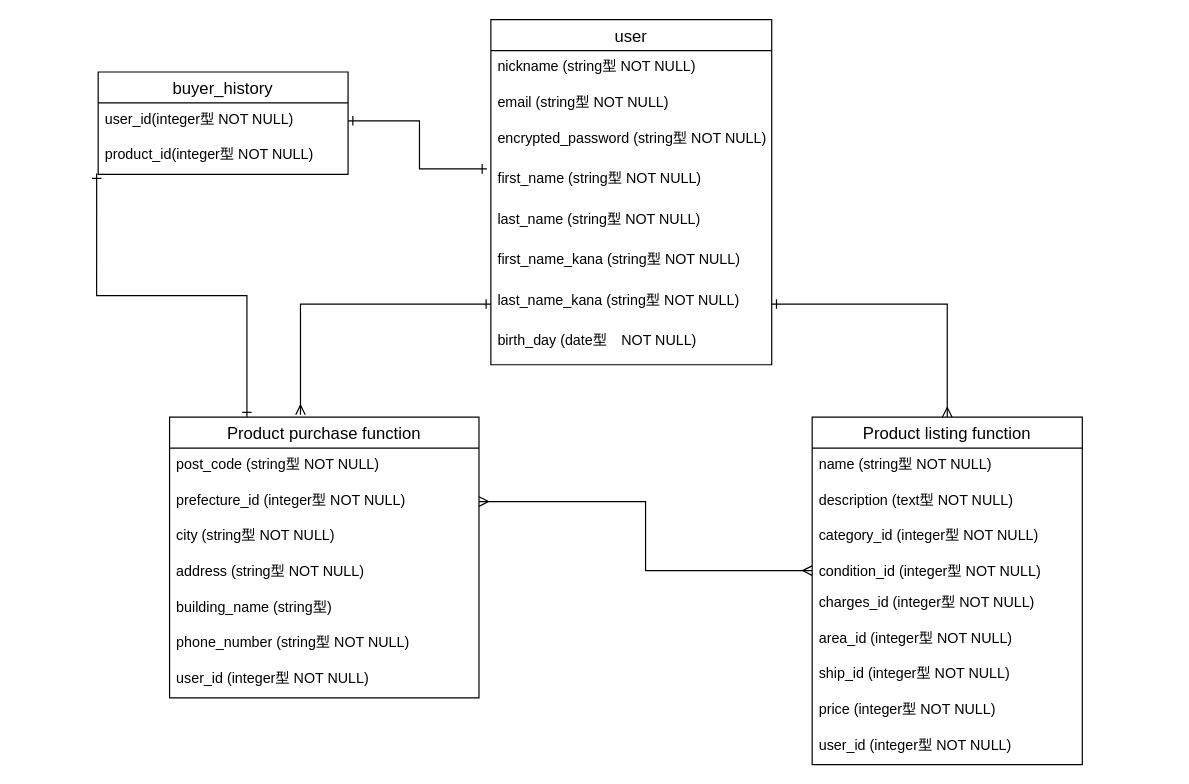
This is furima.dio from ocha185/furima-33547, a draw.io file, before an edit. Source tidied: cells renumbered, new cells numbered last; positions are measured from the earlier drawing's top-left corner, leaving out a move shared by most shapes. Both pictures are drawn from the tidied source at 119%, with x=0, y=0 at pixel (98, 19).
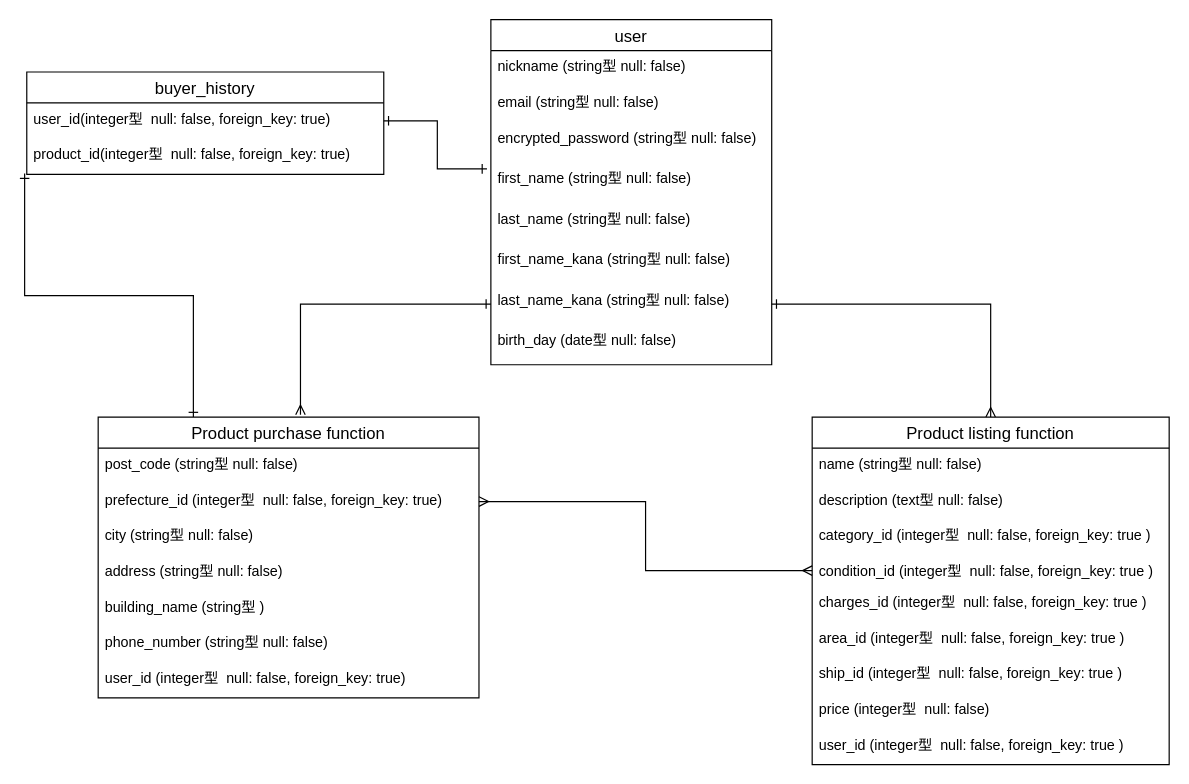
The same diagram, later.

Commit message (it also covers changes not shown here):
データベースの修正4

Unchanged cells that the change refers to:
```xml
<mxCell id="2" value="user" style="swimlane;fontStyle=0;horizontal=1;startSize=26;align=center;fontSize=14;" parent="1" vertex="1">
  <mxGeometry x="330" width="236" height="290" as="geometry" />
</mxCell>
```

Change to the diagram source:
```diff
@@
-    <mxCell id="3" value="nickname (string型 NOT NULL)" style="text;strokeColor=none;fillColor=none;spacingLeft=4;spacingRight=4;overflow=hidden;fontSize=12;" parent="2" vertex="1">
+    <mxCell id="3" value="nickname (string型 null: false)" style="text;strokeColor=none;fillColor=none;spacingLeft=4;spacingRight=4;overflow=hidden;fontSize=12;" parent="2" vertex="1">
       <mxGeometry y="26" width="236" height="30" as="geometry" />
     </mxCell>
-    <mxCell id="4" value="email (string型 NOT NULL)" style="text;strokeColor=none;fillColor=none;spacingLeft=4;spacingRight=4;overflow=hidden;fontSize=12;" parent="2" vertex="1">
+    <mxCell id="4" value="email (string型 null: false)" style="text;strokeColor=none;fillColor=none;spacingLeft=4;spacingRight=4;overflow=hidden;fontSize=12;" parent="2" vertex="1">
       <mxGeometry y="56" width="236" height="30" as="geometry" />
     </mxCell>
-    <mxCell id="5" value="encrypted_password (string型 NOT NULL)" style="text;strokeColor=none;fillColor=none;spacingLeft=4;spacingRight=4;overflow=hidden;fontSize=12;" parent="2" vertex="1">
+    <mxCell id="5" value="encrypted_password (string型 null: false)" style="text;strokeColor=none;fillColor=none;spacingLeft=4;spacingRight=4;overflow=hidden;fontSize=12;" parent="2" vertex="1">
       <mxGeometry y="86" width="236" height="34" as="geometry" />
     </mxCell>
-    <mxCell id="6" value="first_name (string型 NOT NULL)" style="text;strokeColor=none;fillColor=none;spacingLeft=4;spacingRight=4;overflow=hidden;points=[[0,0.5],[1,0.5]];portConstraint=eastwest;fontSize=12;" parent="2" vertex="1">
+    <mxCell id="6" value="first_name (string型 null: false)" style="text;strokeColor=none;fillColor=none;spacingLeft=4;spacingRight=4;overflow=hidden;points=[[0,0.5],[1,0.5]];portConstraint=eastwest;fontSize=12;" parent="2" vertex="1">
       <mxGeometry y="120" width="236" height="34" as="geometry" />
     </mxCell>
-    <mxCell id="7" value="last_name (string型 NOT NULL)" style="text;strokeColor=none;fillColor=none;spacingLeft=4;spacingRight=4;overflow=hidden;fontSize=12;" parent="2" vertex="1">
+    <mxCell id="7" value="last_name (string型 null: false)" style="text;strokeColor=none;fillColor=none;spacingLeft=4;spacingRight=4;overflow=hidden;fontSize=12;" parent="2" vertex="1">
       <mxGeometry y="154" width="236" height="34" as="geometry" />
     </mxCell>
-    <mxCell id="8" value="first_name_kana (string型 NOT NULL)" style="text;strokeColor=none;fillColor=none;spacingLeft=4;spacingRight=4;overflow=hidden;fontSize=12;" parent="2" vertex="1">
+    <mxCell id="8" value="first_name_kana (string型 null: false)" style="text;strokeColor=none;fillColor=none;spacingLeft=4;spacingRight=4;overflow=hidden;fontSize=12;" parent="2" vertex="1">
       <mxGeometry y="188" width="236" height="34" as="geometry" />
     </mxCell>
-    <mxCell id="9" value="last_name_kana (string型 NOT NULL)" style="text;strokeColor=none;fillColor=none;spacingLeft=4;spacingRight=4;overflow=hidden;points=[[0,0.5],[1,0.5]];portConstraint=eastwest;fontSize=12;" parent="2" vertex="1">
+    <mxCell id="9" value="last_name_kana (string型 null: false)" style="text;strokeColor=none;fillColor=none;spacingLeft=4;spacingRight=4;overflow=hidden;points=[[0,0.5],[1,0.5]];portConstraint=eastwest;fontSize=12;" parent="2" vertex="1">
       <mxGeometry y="222" width="236" height="34" as="geometry" />
     </mxCell>
-    <mxCell id="10" value="birth_day (date型　NOT NULL)" style="text;strokeColor=none;fillColor=none;spacingLeft=4;spacingRight=4;overflow=hidden;fontSize=12;" parent="2" vertex="1">
+    <mxCell id="10" value="birth_day (date型 null: false)" style="text;strokeColor=none;fillColor=none;spacingLeft=4;spacingRight=4;overflow=hidden;fontSize=12;" parent="2" vertex="1">
       <mxGeometry y="256" width="236" height="34" as="geometry" />
     </mxCell>
     <mxCell id="11" value="Product listing function" style="swimlane;fontStyle=0;horizontal=1;startSize=26;align=center;fontSize=14;" parent="1" vertex="1">
-      <mxGeometry x="600" y="334" width="227" height="292" as="geometry" />
+      <mxGeometry x="600" y="334" width="300" height="292" as="geometry" />
     </mxCell>
-    <mxCell id="12" value="name (string型 NOT NULL)" style="text;strokeColor=none;fillColor=none;spacingLeft=4;spacingRight=4;overflow=hidden;fontSize=12;" parent="11" vertex="1">
-      <mxGeometry y="26" width="227" height="30" as="geometry" />
+    <mxCell id="12" value="name (string型 null: false)" style="text;strokeColor=none;fillColor=none;spacingLeft=4;spacingRight=4;overflow=hidden;fontSize=12;" parent="11" vertex="1">
+      <mxGeometry y="26" width="300" height="30" as="geometry" />
     </mxCell>
-    <mxCell id="13" value="description (text型 NOT NULL)" style="text;strokeColor=none;fillColor=none;spacingLeft=4;spacingRight=4;overflow=hidden;fontSize=12;" parent="11" vertex="1">
-      <mxGeometry y="56" width="227" height="30" as="geometry" />
+    <mxCell id="13" value="description (text型 null: false)" style="text;strokeColor=none;fillColor=none;spacingLeft=4;spacingRight=4;overflow=hidden;fontSize=12;" parent="11" vertex="1">
+      <mxGeometry y="56" width="300" height="30" as="geometry" />
     </mxCell>
-    <mxCell id="14" value="category_id (integer型 NOT NULL) " style="text;strokeColor=none;fillColor=none;spacingLeft=4;spacingRight=4;overflow=hidden;fontSize=12;" parent="11" vertex="1">
-      <mxGeometry y="86" width="227" height="30" as="geometry" />
+    <mxCell id="14" value="category_id (integer型  null: false, foreign_key: true )" style="text;strokeColor=none;fillColor=none;spacingLeft=4;spacingRight=4;overflow=hidden;fontSize=12;" parent="11" vertex="1">
+      <mxGeometry y="86" width="300" height="30" as="geometry" />
     </mxCell>
-    <mxCell id="15" value="condition_id (integer型 NOT NULL) " style="text;strokeColor=none;fillColor=none;spacingLeft=4;spacingRight=4;overflow=hidden;points=[[0,0.5],[1,0.5]];portConstraint=eastwest;fontSize=12;" parent="11" vertex="1">
-      <mxGeometry y="116" width="227" height="26" as="geometry" />
+    <mxCell id="15" value="condition_id (integer型  null: false, foreign_key: true )" style="text;strokeColor=none;fillColor=none;spacingLeft=4;spacingRight=4;overflow=hidden;points=[[0,0.5],[1,0.5]];portConstraint=eastwest;fontSize=12;" parent="11" vertex="1">
+      <mxGeometry y="116" width="300" height="26" as="geometry" />
     </mxCell>
-    <mxCell id="16" value="charges_id (integer型 NOT NULL)" style="text;strokeColor=none;fillColor=none;spacingLeft=4;spacingRight=4;overflow=hidden;fontSize=12;" parent="11" vertex="1">
-      <mxGeometry y="142" width="227" height="30" as="geometry" />
+    <mxCell id="16" value="charges_id (integer型  null: false, foreign_key: true )" style="text;strokeColor=none;fillColor=none;spacingLeft=4;spacingRight=4;overflow=hidden;fontSize=12;" parent="11" vertex="1">
+      <mxGeometry y="142" width="300" height="30" as="geometry" />
     </mxCell>
-    <mxCell id="17" value="area_id (integer型 NOT NULL)  " style="text;strokeColor=none;fillColor=none;spacingLeft=4;spacingRight=4;overflow=hidden;fontSize=12;" parent="11" vertex="1">
-      <mxGeometry y="172" width="227" height="30" as="geometry" />
+    <mxCell id="17" value="area_id (integer型  null: false, foreign_key: true )" style="text;strokeColor=none;fillColor=none;spacingLeft=4;spacingRight=4;overflow=hidden;fontSize=12;" parent="11" vertex="1">
+      <mxGeometry y="172" width="300" height="30" as="geometry" />
     </mxCell>
-    <mxCell id="18" value="ship_id (integer型 NOT NULL)  " style="text;strokeColor=none;fillColor=none;spacingLeft=4;spacingRight=4;overflow=hidden;fontSize=12;" parent="11" vertex="1">
-      <mxGeometry y="202" width="227" height="30" as="geometry" />
+    <mxCell id="18" value="ship_id (integer型  null: false, foreign_key: true )" style="text;strokeColor=none;fillColor=none;spacingLeft=4;spacingRight=4;overflow=hidden;fontSize=12;" parent="11" vertex="1">
+      <mxGeometry y="202" width="300" height="30" as="geometry" />
     </mxCell>
-    <mxCell id="19" value="price (integer型 NOT NULL) " style="text;strokeColor=none;fillColor=none;spacingLeft=4;spacingRight=4;overflow=hidden;fontSize=12;" parent="11" vertex="1">
-      <mxGeometry y="232" width="227" height="30" as="geometry" />
+    <mxCell id="19" value="price (integer型  null: false)" style="text;strokeColor=none;fillColor=none;spacingLeft=4;spacingRight=4;overflow=hidden;fontSize=12;" parent="11" vertex="1">
+      <mxGeometry y="232" width="300" height="30" as="geometry" />
     </mxCell>
-    <mxCell id="20" value="user_id (integer型 NOT NULL)" style="text;strokeColor=none;fillColor=none;spacingLeft=4;spacingRight=4;overflow=hidden;fontSize=12;" parent="11" vertex="1">
-      <mxGeometry y="262" width="227" height="30" as="geometry" />
+    <mxCell id="20" value="user_id (integer型  null: false, foreign_key: true )" style="text;strokeColor=none;fillColor=none;spacingLeft=4;spacingRight=4;overflow=hidden;fontSize=12;" parent="11" vertex="1">
+      <mxGeometry y="262" width="300" height="30" as="geometry" />
     </mxCell>
@@
     <mxCell id="22" value="Product purchase function" style="swimlane;fontStyle=0;horizontal=1;startSize=26;align=center;fontSize=14;" parent="1" vertex="1">
-      <mxGeometry x="60" y="334" width="260" height="236" as="geometry" />
+      <mxGeometry y="334" width="320" height="236" as="geometry" />
     </mxCell>
-    <mxCell id="23" value="post_code (string型 NOT NULL)" style="text;strokeColor=none;fillColor=none;spacingLeft=4;spacingRight=4;overflow=hidden;fontSize=12;" parent="22" vertex="1">
-      <mxGeometry y="26" width="260" height="30" as="geometry" />
+    <mxCell id="23" value="post_code (string型 null: false)" style="text;strokeColor=none;fillColor=none;spacingLeft=4;spacingRight=4;overflow=hidden;fontSize=12;" parent="22" vertex="1">
+      <mxGeometry y="26" width="320" height="30" as="geometry" />
     </mxCell>
-    <mxCell id="24" value="prefecture_id (integer型 NOT NULL) " style="text;strokeColor=none;fillColor=none;spacingLeft=4;spacingRight=4;overflow=hidden;points=[[0,0.5],[1,0.5]];portConstraint=eastwest;fontSize=12;" parent="22" vertex="1">
-      <mxGeometry y="56" width="260" height="30" as="geometry" />
+    <mxCell id="24" value="prefecture_id (integer型  null: false, foreign_key: true)" style="text;strokeColor=none;fillColor=none;spacingLeft=4;spacingRight=4;overflow=hidden;points=[[0,0.5],[1,0.5]];portConstraint=eastwest;fontSize=12;" parent="22" vertex="1">
+      <mxGeometry y="56" width="320" height="30" as="geometry" />
     </mxCell>
-    <mxCell id="25" value="city (string型 NOT NULL)" style="text;strokeColor=none;fillColor=none;spacingLeft=4;spacingRight=4;overflow=hidden;fontSize=12;" parent="22" vertex="1">
-      <mxGeometry y="86" width="260" height="30" as="geometry" />
+    <mxCell id="25" value="city (string型 null: false)" style="text;strokeColor=none;fillColor=none;spacingLeft=4;spacingRight=4;overflow=hidden;fontSize=12;" parent="22" vertex="1">
+      <mxGeometry y="86" width="320" height="30" as="geometry" />
     </mxCell>
-    <mxCell id="26" value="address (string型 NOT NULL)" style="text;strokeColor=none;fillColor=none;spacingLeft=4;spacingRight=4;overflow=hidden;fontSize=12;" parent="22" vertex="1">
-      <mxGeometry y="116" width="260" height="30" as="geometry" />
+    <mxCell id="26" value="address (string型 null: false)" style="text;strokeColor=none;fillColor=none;spacingLeft=4;spacingRight=4;overflow=hidden;fontSize=12;" parent="22" vertex="1">
+      <mxGeometry y="116" width="320" height="30" as="geometry" />
     </mxCell>
-    <mxCell id="27" value="building_name (string型)" style="text;strokeColor=none;fillColor=none;spacingLeft=4;spacingRight=4;overflow=hidden;fontSize=12;" parent="22" vertex="1">
-      <mxGeometry y="146" width="260" height="30" as="geometry" />
+    <mxCell id="27" value="building_name (string型 )" style="text;strokeColor=none;fillColor=none;spacingLeft=4;spacingRight=4;overflow=hidden;fontSize=12;" parent="22" vertex="1">
+      <mxGeometry y="146" width="320" height="30" as="geometry" />
     </mxCell>
-    <mxCell id="28" value="phone_number (string型 NOT NULL)" style="text;strokeColor=none;fillColor=none;spacingLeft=4;spacingRight=4;overflow=hidden;fontSize=12;" parent="22" vertex="1">
-      <mxGeometry y="176" width="260" height="30" as="geometry" />
+    <mxCell id="28" value="phone_number (string型 null: false)" style="text;strokeColor=none;fillColor=none;spacingLeft=4;spacingRight=4;overflow=hidden;fontSize=12;" parent="22" vertex="1">
+      <mxGeometry y="176" width="320" height="30" as="geometry" />
     </mxCell>
-    <mxCell id="29" value="user_id (integer型 NOT NULL)" style="text;strokeColor=none;fillColor=none;spacingLeft=4;spacingRight=4;overflow=hidden;fontSize=12;" parent="22" vertex="1">
-      <mxGeometry y="206" width="260" height="30" as="geometry" />
+    <mxCell id="29" value="user_id (integer型  null: false, foreign_key: true)" style="text;strokeColor=none;fillColor=none;spacingLeft=4;spacingRight=4;overflow=hidden;fontSize=12;" parent="22" vertex="1">
+      <mxGeometry y="206" width="320" height="30" as="geometry" />
     </mxCell>
@@
     <mxCell id="33" value="buyer_history" style="swimlane;fontStyle=0;horizontal=1;startSize=26;align=center;fontSize=14;" parent="1" vertex="1">
-      <mxGeometry y="44" width="210" height="86" as="geometry" />
+      <mxGeometry x="-60" y="44" width="300" height="86" as="geometry" />
     </mxCell>
-    <mxCell id="34" value="user_id(integer型 NOT NULL) " style="text;strokeColor=none;fillColor=none;spacingLeft=4;spacingRight=4;overflow=hidden;points=[[0,0.5],[1,0.5]];portConstraint=eastwest;fontSize=12;" parent="33" vertex="1">
-      <mxGeometry y="26" width="210" height="30" as="geometry" />
+    <mxCell id="34" value="user_id(integer型  null: false, foreign_key: true)" style="text;strokeColor=none;fillColor=none;spacingLeft=4;spacingRight=4;overflow=hidden;points=[[0,0.5],[1,0.5]];portConstraint=eastwest;fontSize=12;" parent="33" vertex="1">
+      <mxGeometry y="26" width="300" height="30" as="geometry" />
     </mxCell>
-    <mxCell id="35" value="product_id(integer型 NOT NULL)" style="text;strokeColor=none;fillColor=none;spacingLeft=4;spacingRight=4;overflow=hidden;points=[[0,0.5],[1,0.5]];portConstraint=eastwest;fontSize=12;" parent="33" vertex="1">
-      <mxGeometry y="56" width="210" height="30" as="geometry" />
+    <mxCell id="35" value="product_id(integer型  null: false, foreign_key: true)" style="text;strokeColor=none;fillColor=none;spacingLeft=4;spacingRight=4;overflow=hidden;points=[[0,0.5],[1,0.5]];portConstraint=eastwest;fontSize=12;" parent="33" vertex="1">
+      <mxGeometry y="56" width="300" height="30" as="geometry" />
     </mxCell>
```
